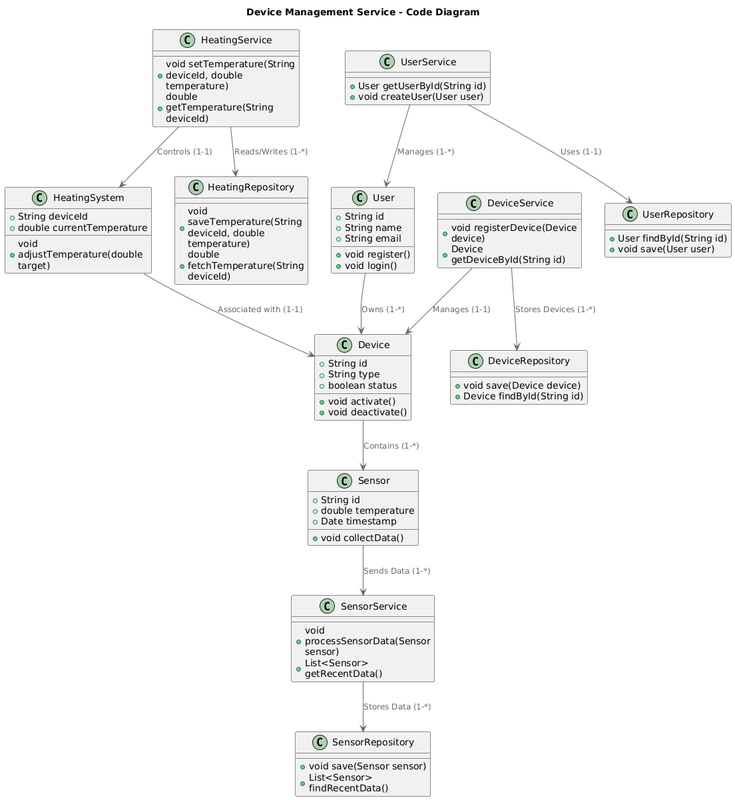
The PlantUML diagram diagrams/code/code.png in GI-Corp/architecture-sprint-3, before a commit.
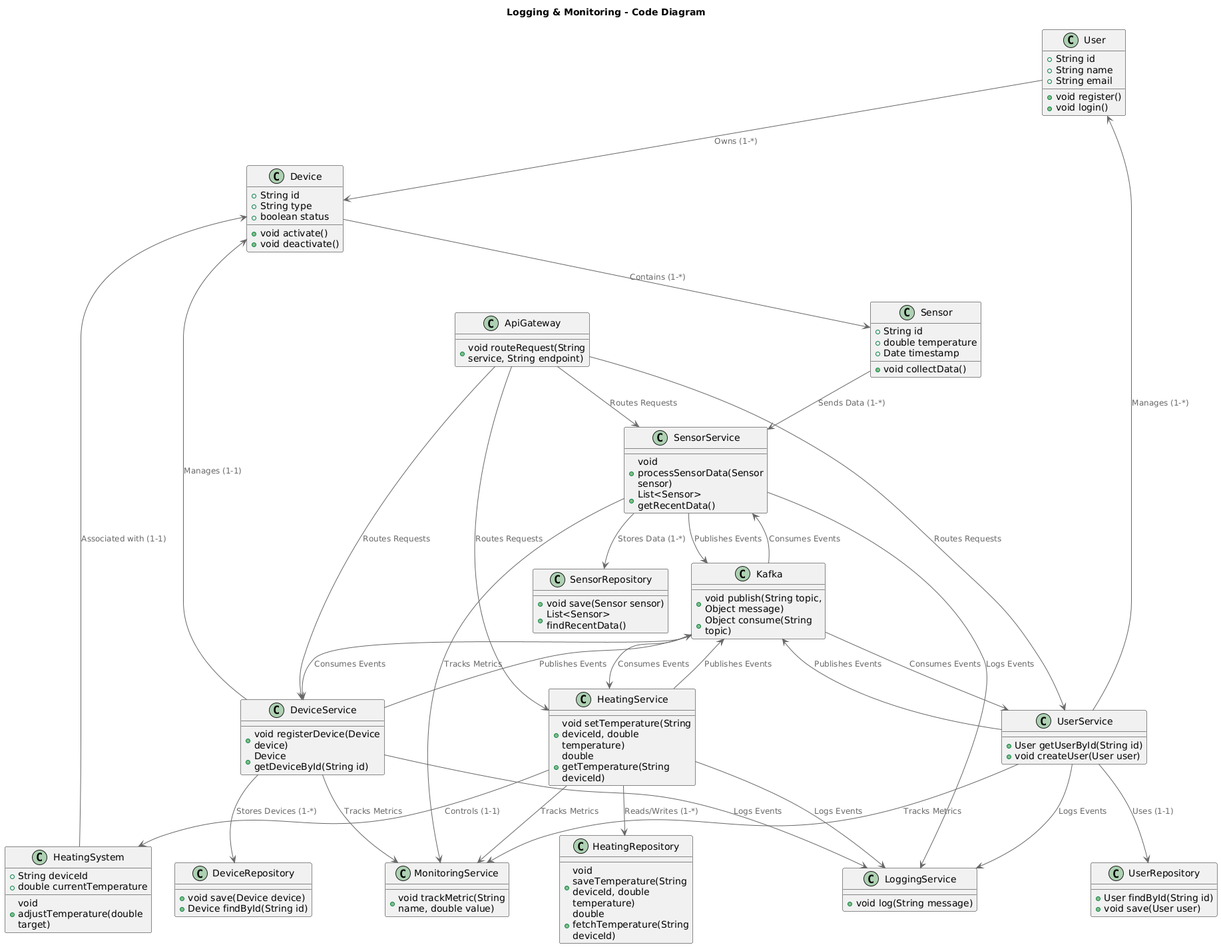
Later version of the same file.

Commit message:
update: code diagrams, based on new component diagram modules

The edit, as a diff of the source:
```diff
@@ -88,4 +88,49 @@
 
 DeviceService --> DeviceRepository : Stores Devices (1-*)
 DeviceService --> Device : Manages (1-1)
+
+title "API Gateway - Code Diagram"
+class ApiGateway {
+  +void routeRequest(String service, String endpoint)
+}
+
+ApiGateway --> UserService : Routes Requests
+ApiGateway --> HeatingService : Routes Requests
+ApiGateway --> SensorService : Routes Requests
+ApiGateway --> DeviceService : Routes Requests
+
+title "Kafka Integration - Code Diagram"
+class Kafka {
+  +void publish(String topic, Object message)
+  +Object consume(String topic)
+}
+
+UserService --> Kafka : Publishes Events
+HeatingService --> Kafka : Publishes Events
+SensorService --> Kafka : Publishes Events
+DeviceService --> Kafka : Publishes Events
+
+Kafka --> UserService : Consumes Events
+Kafka --> HeatingService : Consumes Events
+Kafka --> SensorService : Consumes Events
+Kafka --> DeviceService : Consumes Events
+
+title "Logging & Monitoring - Code Diagram"
+class LoggingService {
+  +void log(String message)
+}
+
+class MonitoringService {
+  +void trackMetric(String name, double value)
+}
+
+UserService --> LoggingService : Logs Events
+HeatingService --> LoggingService : Logs Events
+SensorService --> LoggingService : Logs Events
+DeviceService --> LoggingService : Logs Events
+
+UserService --> MonitoringService : Tracks Metrics
+HeatingService --> MonitoringService : Tracks Metrics
+SensorService --> MonitoringService : Tracks Metrics
+DeviceService --> MonitoringService : Tracks Metrics
 @enduml
```
